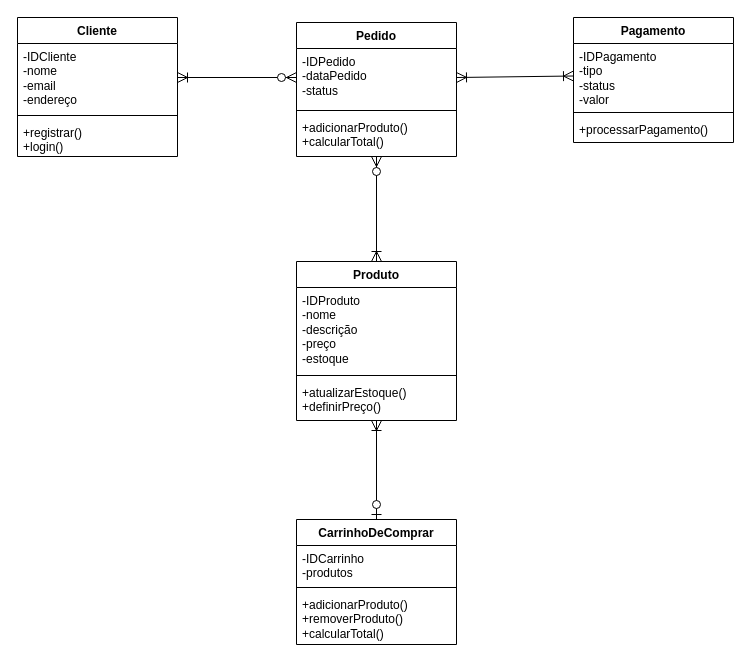
Earlier version of the draw.io diagram page "DClasse - 01" (1 of 2) of DiagramaDeClasse.drawio (EvelinPaola/Diagramas-Senai-). Source tidied: cells renumbered, new cells numbered last; positions are measured from the earlier drawing's top-left corner, leaving out a move shared by most shapes. Both pictures are drawn from the tidied source at 100%, with x=0, y=0 at pixel (17, 17).
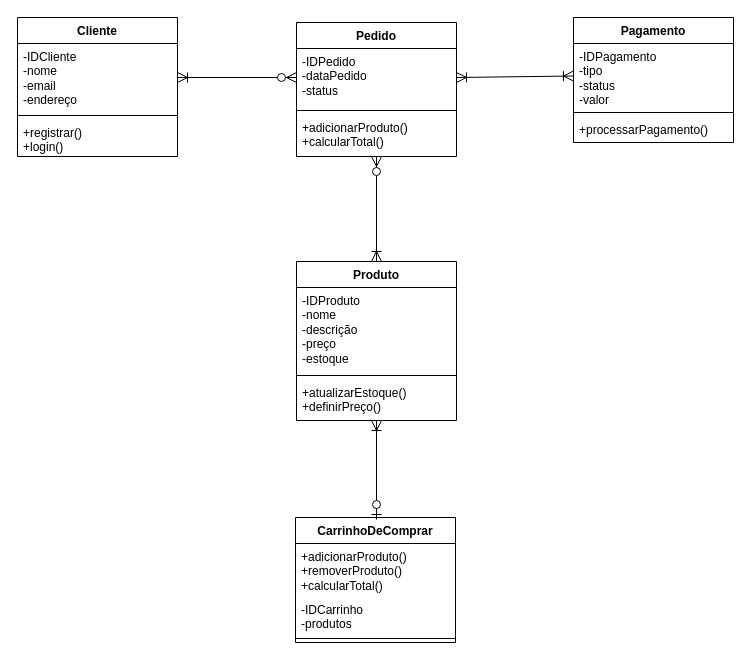
The same page after the edit.

Unchanged cells that the change refers to:
```xml
<mxCell id="5" value="+atualizarEstoque()&lt;div&gt;+definirPreço()&lt;/div&gt;" style="text;strokeColor=none;fillColor=none;align=left;verticalAlign=top;spacingLeft=4;spacingRight=4;overflow=hidden;points=[[0,0.5],[1,0.5]];portConstraint=eastwest;whiteSpace=wrap;html=1;" parent="2" vertex="1">
  <mxGeometry y="118" width="160" height="41" as="geometry" />
</mxCell>
```

The edit, as a diff of the source:
```diff
@@
     <mxCell id="14" value="CarrinhoDeComprar" style="swimlane;fontStyle=1;align=center;verticalAlign=top;horizontal=1;startSize=26;whiteSpace=wrap;html=1;" parent="1" vertex="1">
-      <mxGeometry x="279" y="502" width="160" height="125" as="geometry" />
+      <mxGeometry x="278" y="500" width="160" height="125" as="geometry" />
     </mxCell>
+    <mxCell id="17" value="+adicionarProduto()&lt;div&gt;+removerProduto()&lt;/div&gt;&lt;div&gt;+calcularTotal()&lt;/div&gt;" style="text;strokeColor=none;fillColor=none;align=left;verticalAlign=top;spacingLeft=4;spacingRight=4;overflow=hidden;whiteSpace=wrap;html=1;" parent="14" vertex="1">
+      <mxGeometry y="26" width="160" height="53" as="geometry" />
+    </mxCell>
     <mxCell id="15" value="-IDCarrinho&lt;div&gt;-produtos&lt;/div&gt;" style="text;strokeColor=none;fillColor=none;align=left;verticalAlign=top;spacingLeft=4;spacingRight=4;overflow=hidden;whiteSpace=wrap;html=1;" parent="14" vertex="1">
-      <mxGeometry y="26" width="160" height="38" as="geometry" />
+      <mxGeometry y="79" width="160" height="38" as="geometry" />
     </mxCell>
     <mxCell id="16" style="line;strokeWidth=1;fillColor=none;align=left;verticalAlign=middle;spacingTop=-1;spacingLeft=3;spacingRight=3;labelPosition=right;strokeColor=inherit;" parent="14" vertex="1">
-      <mxGeometry y="64" width="160" height="8" as="geometry" />
+      <mxGeometry y="117" width="160" height="8" as="geometry" />
     </mxCell>
-    <mxCell id="17" value="+adicionarProduto()&lt;div&gt;+removerProduto()&lt;/div&gt;&lt;div&gt;+calcularTotal()&lt;/div&gt;" style="text;strokeColor=none;fillColor=none;align=left;verticalAlign=top;spacingLeft=4;spacingRight=4;overflow=hidden;whiteSpace=wrap;html=1;" parent="14" vertex="1">
-      <mxGeometry y="72" width="160" height="53" as="geometry" />
-    </mxCell>
@@
-    <mxCell id="24" style="fontSize=12;html=1;endArrow=ERoneToMany;startArrow=ERzeroToOne;rounded=0;startSize=8;endSize=8;exitX=0.5;exitY=0;exitDx=0;exitDy=0;" parent="1" edge="1" source="14" target="5">
-      <mxGeometry relative="1" as="geometry" />
+    <mxCell id="24" style="fontSize=12;html=1;endArrow=ERoneToMany;startArrow=ERzeroToOne;rounded=0;startSize=8;endSize=8;exitX=0.5;exitY=0;exitDx=0;exitDy=0;" parent="1" edge="1" target="5">
+      <mxGeometry relative="1" as="geometry">
+        <mxPoint x="359" y="502" as="sourcePoint" />
+      </mxGeometry>
     </mxCell>
```
